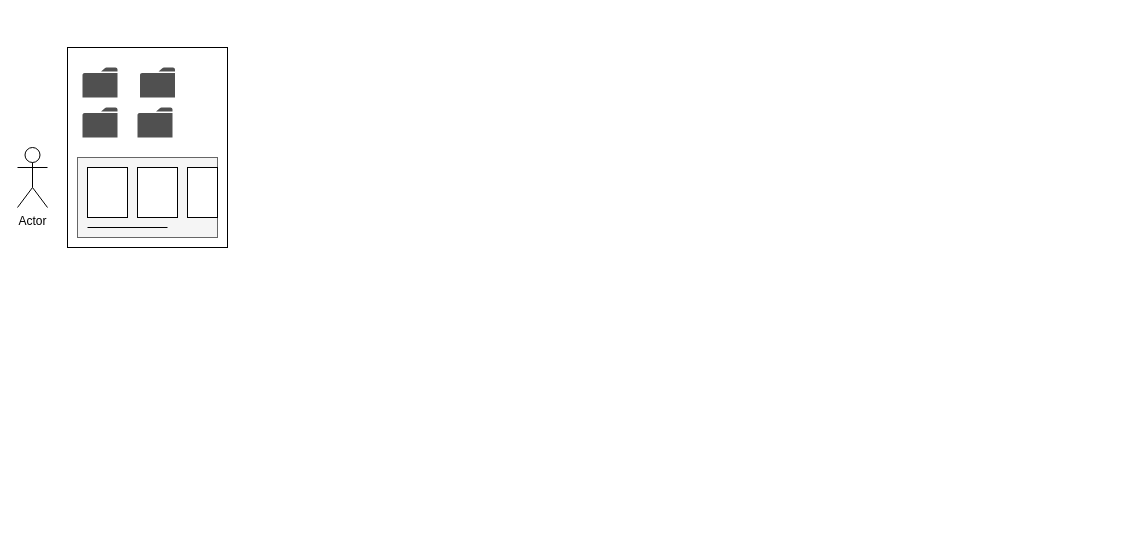
Above: DQBC Wireframes.drawio in DQ-Book-Club/DQBookClub (draw.io), before the change. Source tidied: cells renumbered, new cells numbered last; positions are measured from the earlier drawing's top-left corner, leaving out a move shared by most shapes. Both pictures are drawn from the tidied source at 100%, with x=0, y=0 at pixel (17, 47).
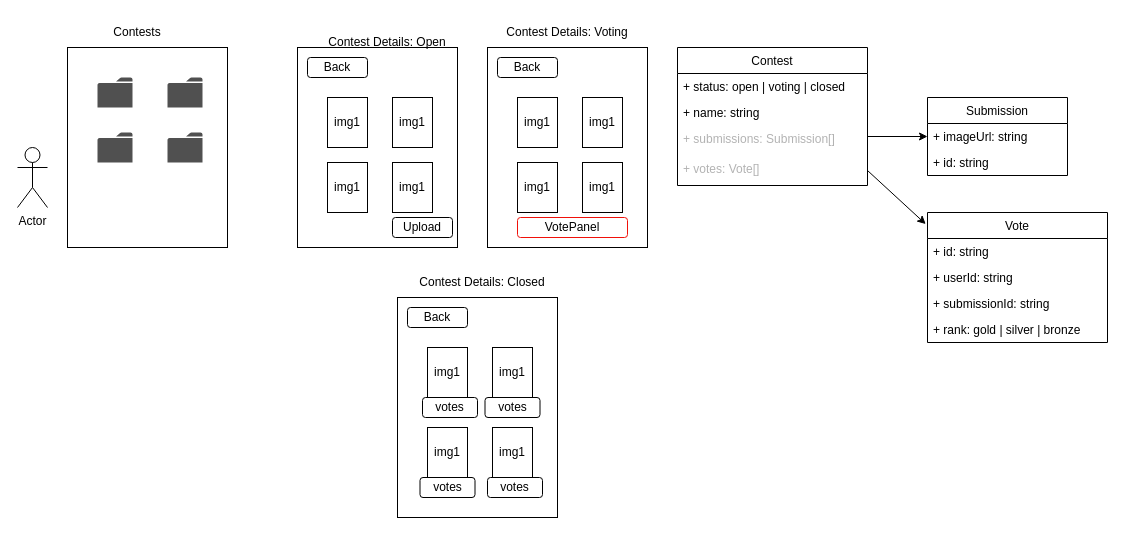
After the change.

Diff of the diagram source:
```diff
@@
-    <mxCell id="3" style="rounded=0;whiteSpace=wrap;html=1;fillColor=#f5f5f5;fontColor=#333333;strokeColor=#666666;" parent="1" vertex="1">
-      <mxGeometry x="60" y="110" width="140" height="80" as="geometry" />
-    </mxCell>
-    <mxCell id="4" style="rounded=0;whiteSpace=wrap;html=1;" parent="1" vertex="1">
-      <mxGeometry x="170" y="120" width="30" height="50" as="geometry" />
-    </mxCell>
-    <mxCell id="5" style="rounded=0;whiteSpace=wrap;html=1;" parent="1" vertex="1">
-      <mxGeometry x="120" y="120" width="40" height="50" as="geometry" />
-    </mxCell>
-    <mxCell id="6" style="rounded=0;whiteSpace=wrap;html=1;" parent="1" vertex="1">
-      <mxGeometry x="70" y="120" width="40" height="50" as="geometry" />
-    </mxCell>
-    <mxCell id="7" style="endArrow=none;html=1;rounded=0;" parent="1" edge="1">
-      <mxGeometry relative="1" as="geometry">
-        <mxPoint x="70" y="180" as="sourcePoint" />
-        <mxPoint x="150" y="180" as="targetPoint" />
-      </mxGeometry>
-    </mxCell>
     <mxCell id="8" style="sketch=0;shadow=0;dashed=0;html=1;strokeColor=none;fillColor=#505050;labelPosition=center;verticalLabelPosition=bottom;verticalAlign=top;align=center;shape=mxgraph.office.concepts.folder;" parent="1" vertex="1">
-      <mxGeometry x="65" y="20" width="35" height="30" as="geometry" />
+      <mxGeometry x="80" y="30" width="35" height="30" as="geometry" />
     </mxCell>
     <mxCell id="9" style="sketch=0;shadow=0;dashed=0;html=1;strokeColor=none;fillColor=#505050;labelPosition=center;verticalLabelPosition=bottom;verticalAlign=top;align=center;shape=mxgraph.office.concepts.folder;" parent="1" vertex="1">
-      <mxGeometry x="122.5" y="20" width="35" height="30" as="geometry" />
+      <mxGeometry x="150" y="30" width="35" height="30" as="geometry" />
     </mxCell>
     <mxCell id="10" style="sketch=0;shadow=0;dashed=0;html=1;strokeColor=none;fillColor=#505050;labelPosition=center;verticalLabelPosition=bottom;verticalAlign=top;align=center;shape=mxgraph.office.concepts.folder;" parent="1" vertex="1">
-      <mxGeometry x="65" y="60" width="35" height="30" as="geometry" />
+      <mxGeometry x="80" y="85" width="35" height="30" as="geometry" />
     </mxCell>
     <mxCell id="11" style="sketch=0;shadow=0;dashed=0;html=1;strokeColor=none;fillColor=#505050;labelPosition=center;verticalLabelPosition=bottom;verticalAlign=top;align=center;shape=mxgraph.office.concepts.folder;" parent="1" vertex="1">
-      <mxGeometry x="120" y="60" width="35" height="30" as="geometry" />
+      <mxGeometry x="150" y="85" width="35" height="30" as="geometry" />
     </mxCell>
@@
+    <mxCell id="13" value="Contests" style="text;html=1;strokeColor=none;fillColor=none;align=center;verticalAlign=middle;whiteSpace=wrap;rounded=0;" parent="1" vertex="1">
+      <mxGeometry x="90" y="-30" width="60" height="30" as="geometry" />
+    </mxCell>
+    <mxCell id="14" style="rounded=0;whiteSpace=wrap;html=1;" parent="1" vertex="1">
+      <mxGeometry x="280" width="160" height="200" as="geometry" />
+    </mxCell>
+    <mxCell id="15" value="Contest Details: Voting" style="text;html=1;strokeColor=none;fillColor=none;align=center;verticalAlign=middle;whiteSpace=wrap;rounded=0;" parent="1" vertex="1">
+      <mxGeometry x="480" y="-30" width="140" height="30" as="geometry" />
+    </mxCell>
+    <mxCell id="16" value="Back" style="rounded=1;whiteSpace=wrap;html=1;" parent="1" vertex="1">
+      <mxGeometry x="290" y="10" width="60" height="20" as="geometry" />
+    </mxCell>
+    <mxCell id="17" value="img1" style="rounded=0;whiteSpace=wrap;html=1;" parent="1" vertex="1">
+      <mxGeometry x="310" y="50" width="40" height="50" as="geometry" />
+    </mxCell>
+    <mxCell id="18" value="img1" style="rounded=0;whiteSpace=wrap;html=1;" parent="1" vertex="1">
+      <mxGeometry x="375" y="50" width="40" height="50" as="geometry" />
+    </mxCell>
+    <mxCell id="19" value="img1" style="rounded=0;whiteSpace=wrap;html=1;" parent="1" vertex="1">
+      <mxGeometry x="310" y="115" width="40" height="50" as="geometry" />
+    </mxCell>
+    <mxCell id="20" value="img1" style="rounded=0;whiteSpace=wrap;html=1;" parent="1" vertex="1">
+      <mxGeometry x="375" y="115" width="40" height="50" as="geometry" />
+    </mxCell>
+    <mxCell id="21" style="rounded=0;whiteSpace=wrap;html=1;" parent="1" vertex="1">
+      <mxGeometry x="470" width="160" height="200" as="geometry" />
+    </mxCell>
+    <mxCell id="22" value="Back" style="rounded=1;whiteSpace=wrap;html=1;" parent="1" vertex="1">
+      <mxGeometry x="480" y="10" width="60" height="20" as="geometry" />
+    </mxCell>
+    <mxCell id="23" value="img1" style="rounded=0;whiteSpace=wrap;html=1;" parent="1" vertex="1">
+      <mxGeometry x="500" y="50" width="40" height="50" as="geometry" />
+    </mxCell>
+    <mxCell id="24" value="img1" style="rounded=0;whiteSpace=wrap;html=1;" parent="1" vertex="1">
+      <mxGeometry x="565" y="50" width="40" height="50" as="geometry" />
+    </mxCell>
+    <mxCell id="25" value="img1" style="rounded=0;whiteSpace=wrap;html=1;" parent="1" vertex="1">
+      <mxGeometry x="500" y="115" width="40" height="50" as="geometry" />
+    </mxCell>
+    <mxCell id="26" value="img1" style="rounded=0;whiteSpace=wrap;html=1;" parent="1" vertex="1">
+      <mxGeometry x="565" y="115" width="40" height="50" as="geometry" />
+    </mxCell>
+    <mxCell id="27" style="rounded=0;whiteSpace=wrap;html=1;" parent="1" vertex="1">
+      <mxGeometry x="380" y="250" width="160" height="220" as="geometry" />
+    </mxCell>
+    <mxCell id="28" value="Back" style="rounded=1;whiteSpace=wrap;html=1;" parent="1" vertex="1">
+      <mxGeometry x="390" y="260" width="60" height="20" as="geometry" />
+    </mxCell>
+    <mxCell id="29" value="img1" style="rounded=0;whiteSpace=wrap;html=1;" parent="1" vertex="1">
+      <mxGeometry x="410" y="300" width="40" height="50" as="geometry" />
+    </mxCell>
+    <mxCell id="30" value="img1" style="rounded=0;whiteSpace=wrap;html=1;" parent="1" vertex="1">
+      <mxGeometry x="475" y="300" width="40" height="50" as="geometry" />
+    </mxCell>
+    <mxCell id="31" value="img1" style="rounded=0;whiteSpace=wrap;html=1;" parent="1" vertex="1">
+      <mxGeometry x="410" y="380" width="40" height="50" as="geometry" />
+    </mxCell>
+    <mxCell id="32" value="img1" style="rounded=0;whiteSpace=wrap;html=1;" parent="1" vertex="1">
+      <mxGeometry x="475" y="380" width="40" height="50" as="geometry" />
+    </mxCell>
+    <mxCell id="33" value="Contest Details: Open" style="text;html=1;strokeColor=none;fillColor=none;align=center;verticalAlign=middle;whiteSpace=wrap;rounded=0;" parent="1" vertex="1">
+      <mxGeometry x="300" y="-20" width="140" height="30" as="geometry" />
+    </mxCell>
+    <mxCell id="34" value="Contest Details: Closed" style="text;html=1;strokeColor=none;fillColor=none;align=center;verticalAlign=middle;whiteSpace=wrap;rounded=0;" parent="1" vertex="1">
+      <mxGeometry x="395" y="220" width="140" height="30" as="geometry" />
+    </mxCell>
+    <mxCell id="35" value="Upload" style="rounded=1;whiteSpace=wrap;html=1;" parent="1" vertex="1">
+      <mxGeometry x="375" y="170" width="60" height="20" as="geometry" />
+    </mxCell>
+    <mxCell id="36" value="VotePanel" style="rounded=1;whiteSpace=wrap;html=1;strokeColor=#F0110A;" parent="1" vertex="1">
+      <mxGeometry x="500" y="170" width="110" height="20" as="geometry" />
+    </mxCell>
+    <mxCell id="37" value="Contest" style="swimlane;fontStyle=0;horizontal=1;startSize=26;fillColor=none;" parent="1" vertex="1">
+      <mxGeometry x="660" width="190" height="138" as="geometry" />
+    </mxCell>
+    <mxCell id="38" value="+ status: open | voting | closed" style="text;strokeColor=none;fillColor=none;align=left;verticalAlign=top;spacingLeft=4;spacingRight=4;overflow=hidden;" parent="37" vertex="1">
+      <mxGeometry y="26" width="190" height="26" as="geometry" />
+    </mxCell>
+    <mxCell id="39" value="+ name: string" style="text;strokeColor=none;fillColor=none;align=left;verticalAlign=top;spacingLeft=4;spacingRight=4;overflow=hidden;" parent="37" vertex="1">
+      <mxGeometry y="52" width="190" height="26" as="geometry" />
+    </mxCell>
+    <mxCell id="40" value="+ submissions: Submission[]" style="text;strokeColor=none;fillColor=none;align=left;verticalAlign=top;spacingLeft=4;spacingRight=4;overflow=hidden;fontColor=#B3B3B3;" parent="37" vertex="1">
+      <mxGeometry y="78" width="190" height="30" as="geometry" />
+    </mxCell>
+    <mxCell id="41" value="+ votes: Vote[]" style="text;strokeColor=none;fillColor=none;align=left;verticalAlign=top;spacingLeft=4;spacingRight=4;overflow=hidden;points=[[0,0.5],[1,0.5]];portConstraint=eastwest;fontColor=#B3B3B3;" parent="37" vertex="1">
+      <mxGeometry y="108" width="190" height="30" as="geometry" />
+    </mxCell>
+    <mxCell id="42" value="Submission" style="swimlane;fontStyle=0;horizontal=1;startSize=26;fillColor=none;" parent="1" vertex="1">
+      <mxGeometry x="910" y="50" width="140" height="78" as="geometry" />
+    </mxCell>
+    <mxCell id="43" value="+ imageUrl: string" style="text;strokeColor=none;fillColor=none;align=left;verticalAlign=top;spacingLeft=4;spacingRight=4;overflow=hidden;points=[[0,0.5],[1,0.5]];portConstraint=eastwest;" parent="42" vertex="1">
+      <mxGeometry y="26" width="140" height="26" as="geometry" />
+    </mxCell>
+    <mxCell id="44" value="+ id: string" style="text;strokeColor=none;fillColor=none;align=left;verticalAlign=top;spacingLeft=4;spacingRight=4;overflow=hidden;" parent="42" vertex="1">
+      <mxGeometry y="52" width="140" height="26" as="geometry" />
+    </mxCell>
+    <mxCell id="45" style="edgeStyle=none;html=1;entryX=0;entryY=0.5;entryDx=0;entryDy=0;" parent="1" edge="1" target="43">
+      <mxGeometry relative="1" as="geometry">
+        <mxPoint x="850" y="89" as="sourcePoint" />
+      </mxGeometry>
+    </mxCell>
+    <mxCell id="46" value="Vote" style="swimlane;fontStyle=0;horizontal=1;startSize=26;fillColor=none;" parent="1" vertex="1">
+      <mxGeometry x="910" y="165" width="180" height="130" as="geometry" />
+    </mxCell>
+    <mxCell id="47" value="+ id: string" style="text;strokeColor=none;fillColor=none;align=left;verticalAlign=top;spacingLeft=4;spacingRight=4;overflow=hidden;" parent="46" vertex="1">
+      <mxGeometry y="26" width="180" height="26" as="geometry" />
+    </mxCell>
+    <mxCell id="48" value="+ userId: string" style="text;strokeColor=none;fillColor=none;align=left;verticalAlign=top;spacingLeft=4;spacingRight=4;overflow=hidden;" parent="46" vertex="1">
+      <mxGeometry y="52" width="180" height="26" as="geometry" />
+    </mxCell>
+    <mxCell id="49" value="+ submissionId: string" style="text;strokeColor=none;fillColor=none;align=left;verticalAlign=top;spacingLeft=4;spacingRight=4;overflow=hidden;" parent="46" vertex="1">
+      <mxGeometry y="78" width="180" height="26" as="geometry" />
+    </mxCell>
+    <mxCell id="50" value="+ rank: gold | silver | bronze" style="text;strokeColor=none;fillColor=none;align=left;verticalAlign=top;spacingLeft=4;spacingRight=4;overflow=hidden;" parent="46" vertex="1">
+      <mxGeometry y="104" width="180" height="26" as="geometry" />
+    </mxCell>
+    <mxCell id="51" style="edgeStyle=none;html=1;entryX=-0.01;entryY=0.089;entryDx=0;entryDy=0;exitX=1;exitY=0.5;exitDx=0;exitDy=0;entryPerimeter=0;" parent="1" edge="1" source="41" target="46">
+      <mxGeometry relative="1" as="geometry" />
+    </mxCell>
+    <mxCell id="52" value="votes" style="rounded=1;whiteSpace=wrap;html=1;" parent="1" vertex="1">
+      <mxGeometry x="405" y="350" width="55" height="20" as="geometry" />
+    </mxCell>
+    <mxCell id="53" value="votes" style="rounded=1;whiteSpace=wrap;html=1;" parent="1" vertex="1">
+      <mxGeometry x="467.5" y="350" width="55" height="20" as="geometry" />
+    </mxCell>
+    <mxCell id="54" value="votes" style="rounded=1;whiteSpace=wrap;html=1;" parent="1" vertex="1">
+      <mxGeometry x="402.5" y="430" width="55" height="20" as="geometry" />
+    </mxCell>
+    <mxCell id="55" value="votes" style="rounded=1;whiteSpace=wrap;html=1;" parent="1" vertex="1">
+      <mxGeometry x="470" y="430" width="55" height="20" as="geometry" />
+    </mxCell>
```
